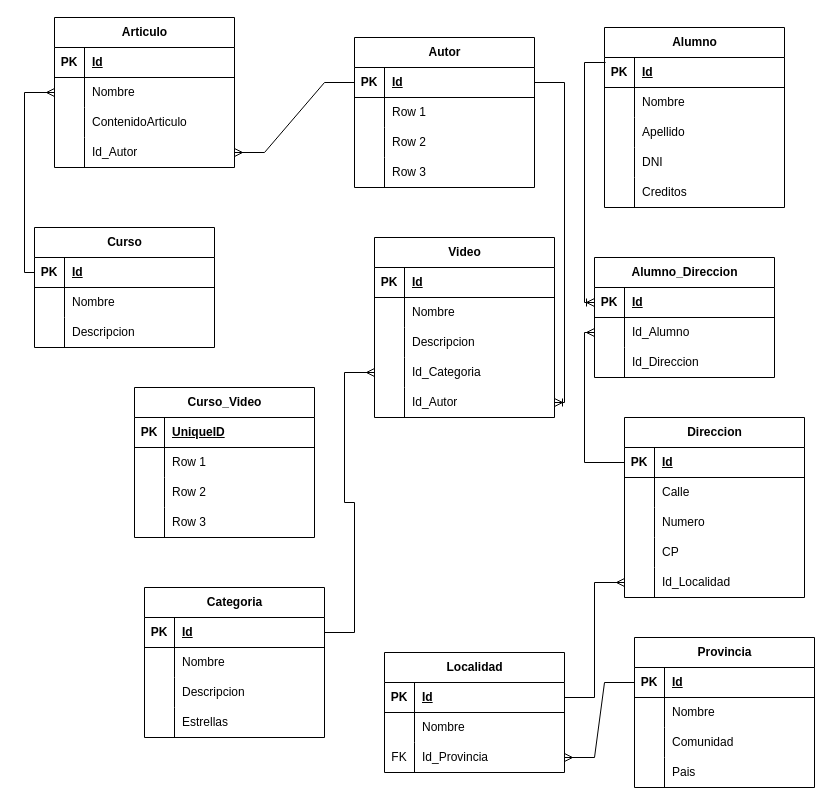
Before: LemonCode_Modelado_relacional_crows_foot.drawio in leonardocasimiro/BootcampBackend_III_Relacional_Modulo1Modelado, a draw.io diagram. Source tidied: cells renumbered, new cells numbered last; positions are measured from the earlier drawing's top-left corner, leaving out a move shared by most shapes. Both pictures are drawn from the tidied source at 100%, with x=0, y=0 at pixel (24, 17).
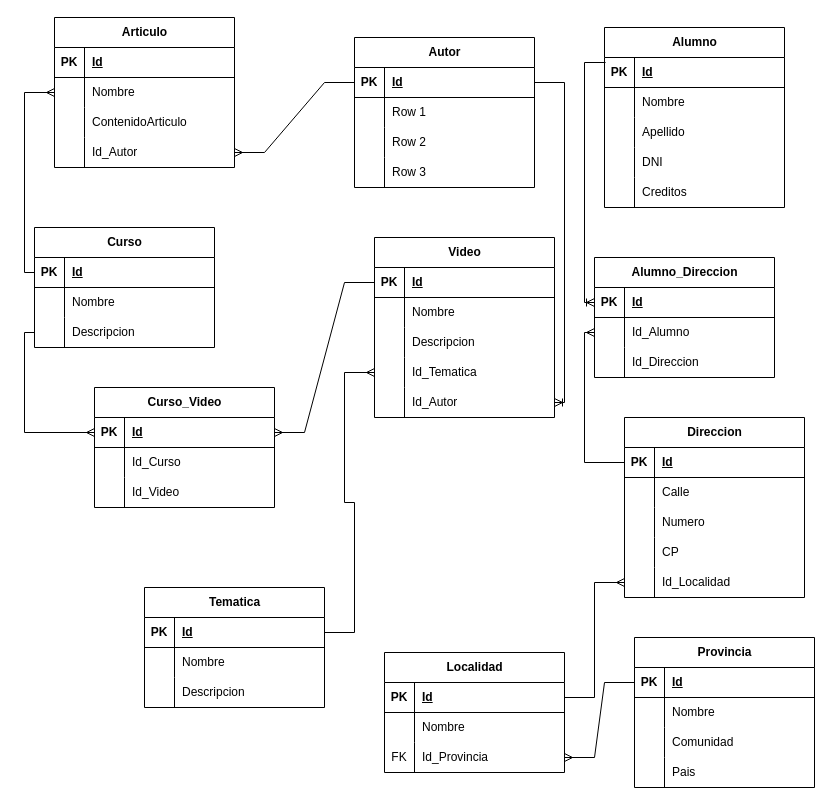
The same page after the edit.

The change refers to these unchanged cells:
```xml
<mxCell id="16" style="shape=tableRow;horizontal=0;startSize=0;swimlaneHead=0;swimlaneBody=0;fillColor=none;points=[[0,0.5],[1,0.5]];portConstraint=eastwest;top=0;left=0;right=0;bottom=1;" parent="15" vertex="1">
  <mxGeometry y="30" width="180" height="30" as="geometry" />
</mxCell>
<mxCell id="25" style="shape=tableRow;horizontal=0;startSize=0;swimlaneHead=0;swimlaneBody=0;fillColor=none;points=[[0,0.5],[1,0.5]];portConstraint=eastwest;top=0;left=0;right=0;bottom=0;" parent="15" vertex="1">
  <mxGeometry y="120" width="180" height="30" as="geometry" />
</mxCell>
<mxCell id="51" style="shape=tableRow;horizontal=0;startSize=0;swimlaneHead=0;swimlaneBody=0;fillColor=none;points=[[0,0.5],[1,0.5]];portConstraint=eastwest;top=0;left=0;right=0;bottom=0;" parent="44" vertex="1">
  <mxGeometry y="90" width="180" height="30" as="geometry" />
</mxCell>
<mxCell id="141" style="shape=tableRow;horizontal=0;startSize=0;swimlaneHead=0;swimlaneBody=0;fillColor=none;points=[[0,0.5],[1,0.5]];portConstraint=eastwest;top=0;left=0;right=0;bottom=1;" parent="140" vertex="1">
  <mxGeometry y="30" width="180" height="30" as="geometry" />
</mxCell>
<mxCell id="144" style="shape=tableRow;horizontal=0;startSize=0;swimlaneHead=0;swimlaneBody=0;fillColor=none;top=0;left=0;right=0;bottom=0;" parent="140" vertex="1">
  <mxGeometry y="60" width="180" height="30" as="geometry" />
</mxCell>
<mxCell id="147" style="shape=tableRow;horizontal=0;startSize=0;swimlaneHead=0;swimlaneBody=0;fillColor=none;top=0;left=0;right=0;bottom=0;" parent="140" vertex="1">
  <mxGeometry y="90" width="180" height="30" as="geometry" />
</mxCell>
```

Diff of the diagram source:
```diff
@@
-    <mxCell id="27" value="Id_Categoria" style="shape=partialRectangle;fillColor=none;top=0;left=0;bottom=0;right=0;align=left;spacingLeft=6;overflow=hidden;whiteSpace=wrap;html=1;" parent="25" vertex="1">
+    <mxCell id="27" value="Id_Tematica" style="shape=partialRectangle;fillColor=none;top=0;left=0;bottom=0;right=0;align=left;spacingLeft=6;overflow=hidden;whiteSpace=wrap;html=1;" parent="25" vertex="1">
       <mxGeometry x="30" width="150" height="30" as="geometry" />
     </mxCell>
@@
-    <mxCell id="54" value="Categoria" style="shape=table;startSize=30;childLayout=tableLayout;rowLines=0;fontStyle=1;align=center;html=1;" parent="1" vertex="1">
-      <mxGeometry x="120" y="570" width="180" height="150" as="geometry" />
+    <mxCell id="54" value="Tematica" style="shape=table;startSize=30;childLayout=tableLayout;rowLines=0;fontStyle=1;align=center;html=1;" parent="1" vertex="1">
+      <mxGeometry x="120" y="570" width="180" height="120" as="geometry" />
     </mxCell>
@@
-    <mxCell id="64" style="shape=tableRow;horizontal=0;startSize=0;swimlaneHead=0;swimlaneBody=0;fillColor=none;top=0;left=0;right=0;bottom=0;" parent="54" vertex="1">
-      <mxGeometry y="120" width="180" height="30" as="geometry" />
-    </mxCell>
-    <mxCell id="65" style="shape=partialRectangle;fillColor=none;top=0;left=0;bottom=0;right=0;overflow=hidden;whiteSpace=wrap;html=1;" parent="64" vertex="1">
-      <mxGeometry width="30" height="30" as="geometry" />
-    </mxCell>
-    <mxCell id="66" value="Estrellas" style="shape=partialRectangle;fillColor=none;top=0;left=0;bottom=0;right=0;align=left;spacingLeft=6;overflow=hidden;whiteSpace=wrap;html=1;" parent="64" vertex="1">
-      <mxGeometry x="30" width="150" height="30" as="geometry" />
-    </mxCell>
@@
     <mxCell id="140" value="Curso_Video" style="shape=table;startSize=30;childLayout=tableLayout;rowLines=0;fontStyle=1;align=center;html=1;" parent="1" vertex="1">
-      <mxGeometry x="110" y="370" width="180" height="150" as="geometry" />
+      <mxGeometry x="70" y="370" width="180" height="120" as="geometry" />
     </mxCell>
@@
-    <mxCell id="143" value="UniqueID" style="shape=partialRectangle;fillColor=none;top=0;left=0;bottom=0;right=0;align=left;spacingLeft=6;fontStyle=5;overflow=hidden;whiteSpace=wrap;html=1;" parent="141" vertex="1">
+    <mxCell id="143" value="Id" style="shape=partialRectangle;fillColor=none;top=0;left=0;bottom=0;right=0;align=left;spacingLeft=6;fontStyle=5;overflow=hidden;whiteSpace=wrap;html=1;" parent="141" vertex="1">
       <mxGeometry x="30" width="150" height="30" as="geometry" />
     </mxCell>
@@
-    <mxCell id="146" value="Row 1" style="shape=partialRectangle;fillColor=none;top=0;left=0;bottom=0;right=0;align=left;spacingLeft=6;overflow=hidden;whiteSpace=wrap;html=1;" parent="144" vertex="1">
+    <mxCell id="146" value="Id_Curso" style="shape=partialRectangle;fillColor=none;top=0;left=0;bottom=0;right=0;align=left;spacingLeft=6;overflow=hidden;whiteSpace=wrap;html=1;" parent="144" vertex="1">
       <mxGeometry x="30" width="150" height="30" as="geometry" />
     </mxCell>
@@
-    <mxCell id="149" value="Row 2" style="shape=partialRectangle;fillColor=none;top=0;left=0;bottom=0;right=0;align=left;spacingLeft=6;overflow=hidden;whiteSpace=wrap;html=1;" parent="147" vertex="1">
+    <mxCell id="149" value="Id_Video" style="shape=partialRectangle;fillColor=none;top=0;left=0;bottom=0;right=0;align=left;spacingLeft=6;overflow=hidden;whiteSpace=wrap;html=1;" parent="147" vertex="1">
       <mxGeometry x="30" width="150" height="30" as="geometry" />
     </mxCell>
-    <mxCell id="150" style="shape=tableRow;horizontal=0;startSize=0;swimlaneHead=0;swimlaneBody=0;fillColor=none;top=0;left=0;right=0;bottom=0;" parent="140" vertex="1">
-      <mxGeometry y="120" width="180" height="30" as="geometry" />
-    </mxCell>
-    <mxCell id="151" style="shape=partialRectangle;fillColor=none;top=0;left=0;bottom=0;right=0;overflow=hidden;whiteSpace=wrap;html=1;" parent="150" vertex="1">
-      <mxGeometry width="30" height="30" as="geometry" />
-    </mxCell>
-    <mxCell id="152" value="Row 3" style="shape=partialRectangle;fillColor=none;top=0;left=0;bottom=0;right=0;align=left;spacingLeft=6;overflow=hidden;whiteSpace=wrap;html=1;" parent="150" vertex="1">
-      <mxGeometry x="30" width="150" height="30" as="geometry" />
-    </mxCell>
+    <mxCell id="153" style="edgeStyle=orthogonalEdgeStyle;fontSize=12;html=1;endArrow=ERmany;rounded=0;entryX=0;entryY=0.5;entryDx=0;entryDy=0;exitX=0;exitY=0.5;exitDx=0;exitDy=0;" parent="1" edge="1" source="51" target="141">
+      <mxGeometry relative="1" as="geometry" />
+    </mxCell>
+    <mxCell id="154" style="edgeStyle=entityRelationEdgeStyle;fontSize=12;html=1;endArrow=ERmany;rounded=0;exitX=0;exitY=0.5;exitDx=0;exitDy=0;" parent="1" edge="1" source="16" target="141">
+      <mxGeometry relative="1" as="geometry">
+        <Array as="points">
+          <mxPoint x="210" y="460" />
+          <mxPoint x="200" y="690" />
+          <mxPoint x="190" y="470" />
+        </Array>
+      </mxGeometry>
+    </mxCell>
```
